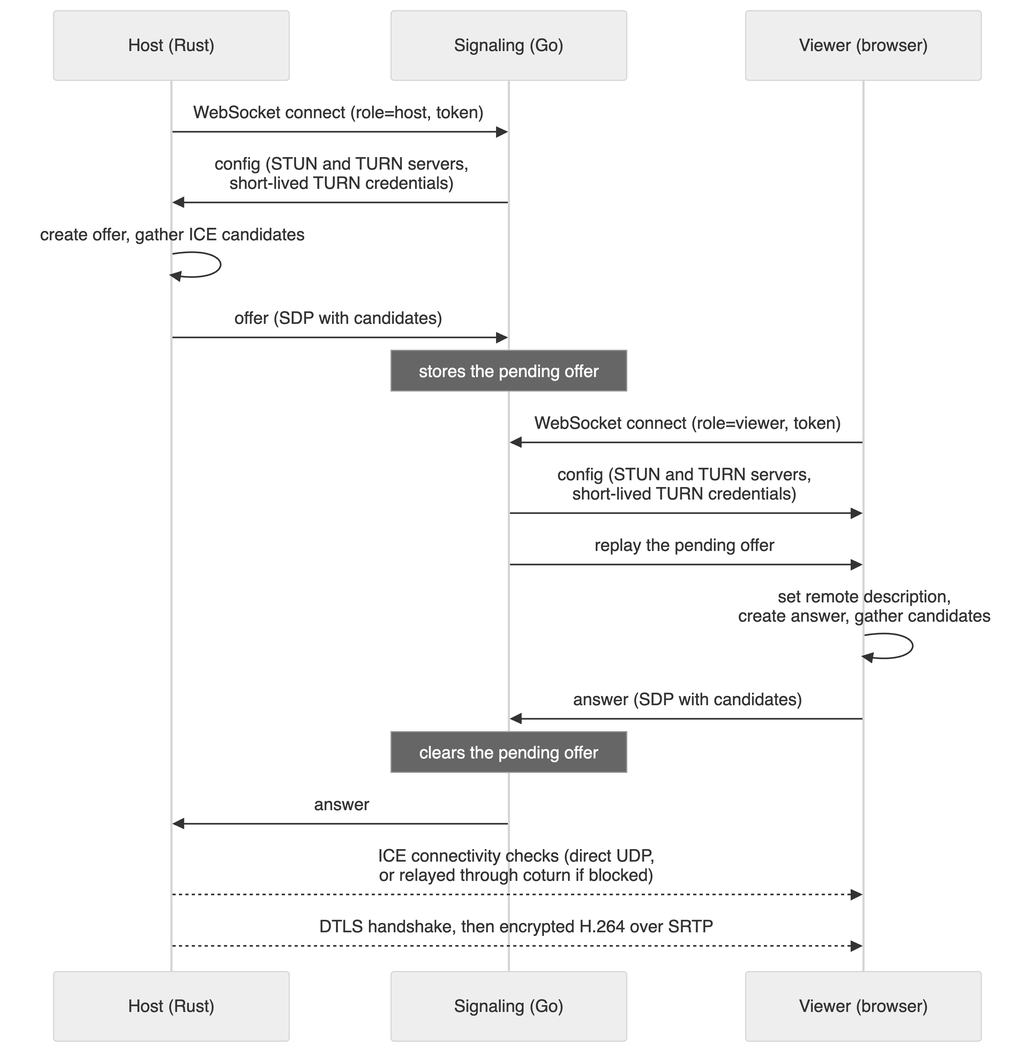
Earlier version of the Mermaid export docs/diagrams/connection-setup.png (AbhishekS-06/RemoteBridge). Its source is kept beside it as docs/diagrams/connection-setup.mmd.
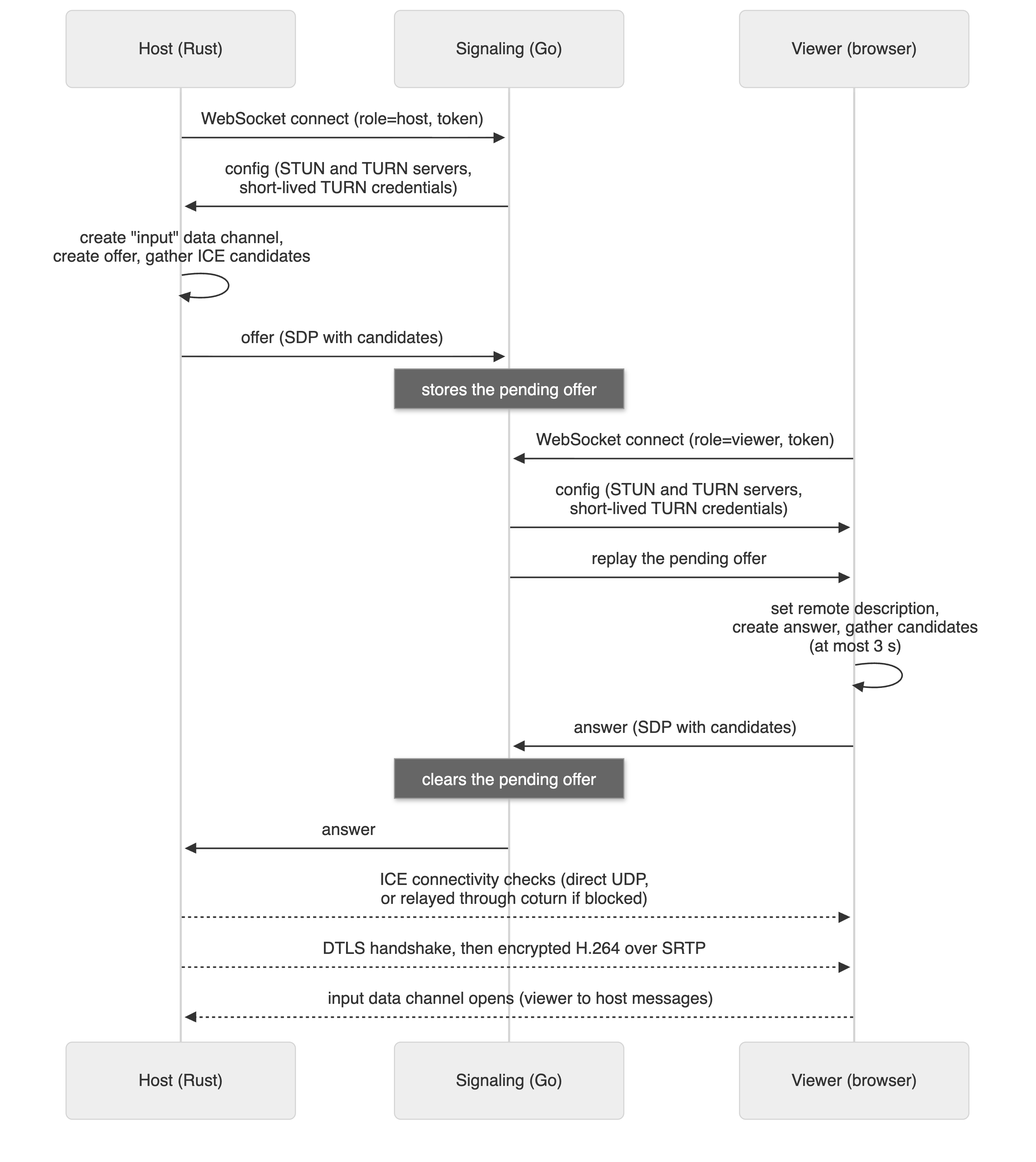
The same diagram one commit later.

Commit message:
added input data chanel and capped viewer ice gathering at 3, also updated readme (#2)

What changed in the source:
```diff
@@ -5,15 +5,16 @@
 
     H->>S: WebSocket connect (role=host, token)
     S->>H: config (STUN and TURN servers,<br/>short-lived TURN credentials)
-    H->>H: create offer, gather ICE candidates
+    H->>H: create "input" data channel,<br/>create offer, gather ICE candidates
     H->>S: offer (SDP with candidates)
     Note over S: stores the pending offer
     V->>S: WebSocket connect (role=viewer, token)
     S->>V: config (STUN and TURN servers,<br/>short-lived TURN credentials)
     S->>V: replay the pending offer
-    V->>V: set remote description,<br/>create answer, gather candidates
+    V->>V: set remote description,<br/>create answer, gather candidates<br/>(at most 3 s)
     V->>S: answer (SDP with candidates)
     Note over S: clears the pending offer
     S->>H: answer
     H-->>V: ICE connectivity checks (direct UDP,<br/>or relayed through coturn if blocked)
     H-->>V: DTLS handshake, then encrypted H.264 over SRTP
+    V-->>H: input data channel opens (viewer to host messages)
```
